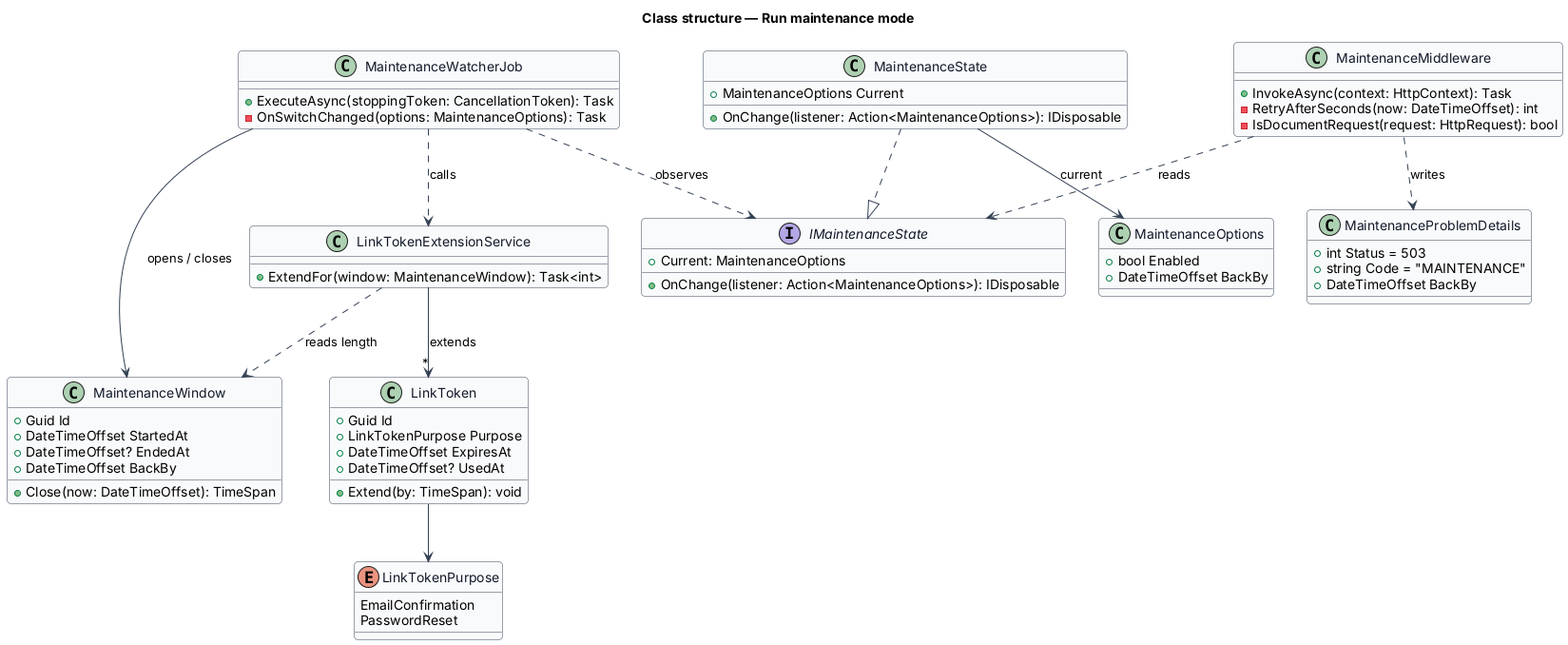
The PlantUML diagram docs/detailed-designs/system-pages/run-maintenance-mode/diagrams/class-structure.png in QuinntyneBrown/jubilee, before a commit.
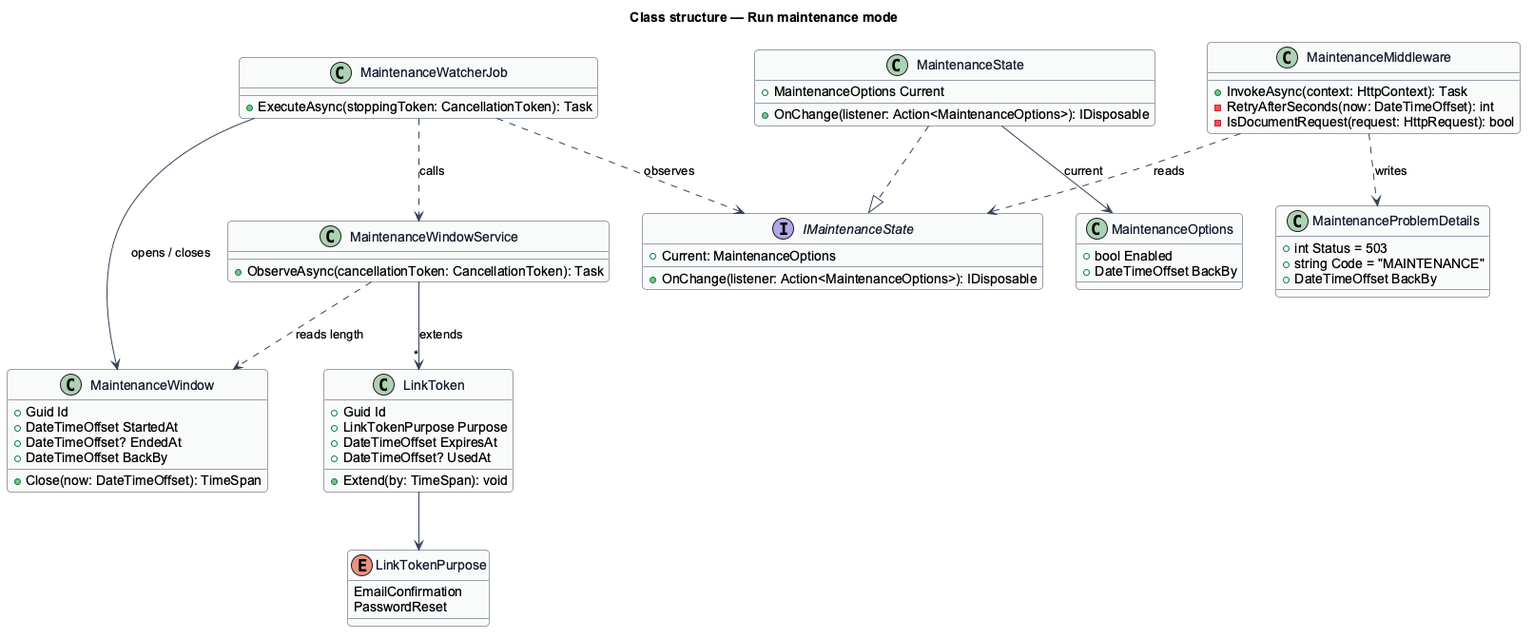
Above is the later version.

Diff of the diagram source:
```diff
@@ -40,10 +40,9 @@
 }
 class MaintenanceWatcherJob {
   +ExecuteAsync(stoppingToken: CancellationToken): Task
-  -OnSwitchChanged(options: MaintenanceOptions): Task
 }
-class LinkTokenExtensionService {
-  +ExtendFor(window: MaintenanceWindow): Task<int>
+class MaintenanceWindowService {
+  +ObserveAsync(cancellationToken: CancellationToken): Task
 }
 class LinkToken {
   +Guid Id
@@ -64,8 +63,8 @@
 MaintenanceMiddleware ..> MaintenanceProblemDetails : writes
 MaintenanceWatcherJob ..> IMaintenanceState : observes
 MaintenanceWatcherJob --> MaintenanceWindow : opens / closes
-MaintenanceWatcherJob ..> LinkTokenExtensionService : calls
-LinkTokenExtensionService ..> MaintenanceWindow : reads length
-LinkTokenExtensionService --> "*" LinkToken : extends
+MaintenanceWatcherJob ..> MaintenanceWindowService : calls
+MaintenanceWindowService ..> MaintenanceWindow : reads length
+MaintenanceWindowService --> "*" LinkToken : extends
 LinkToken --> LinkTokenPurpose
 @enduml
```
